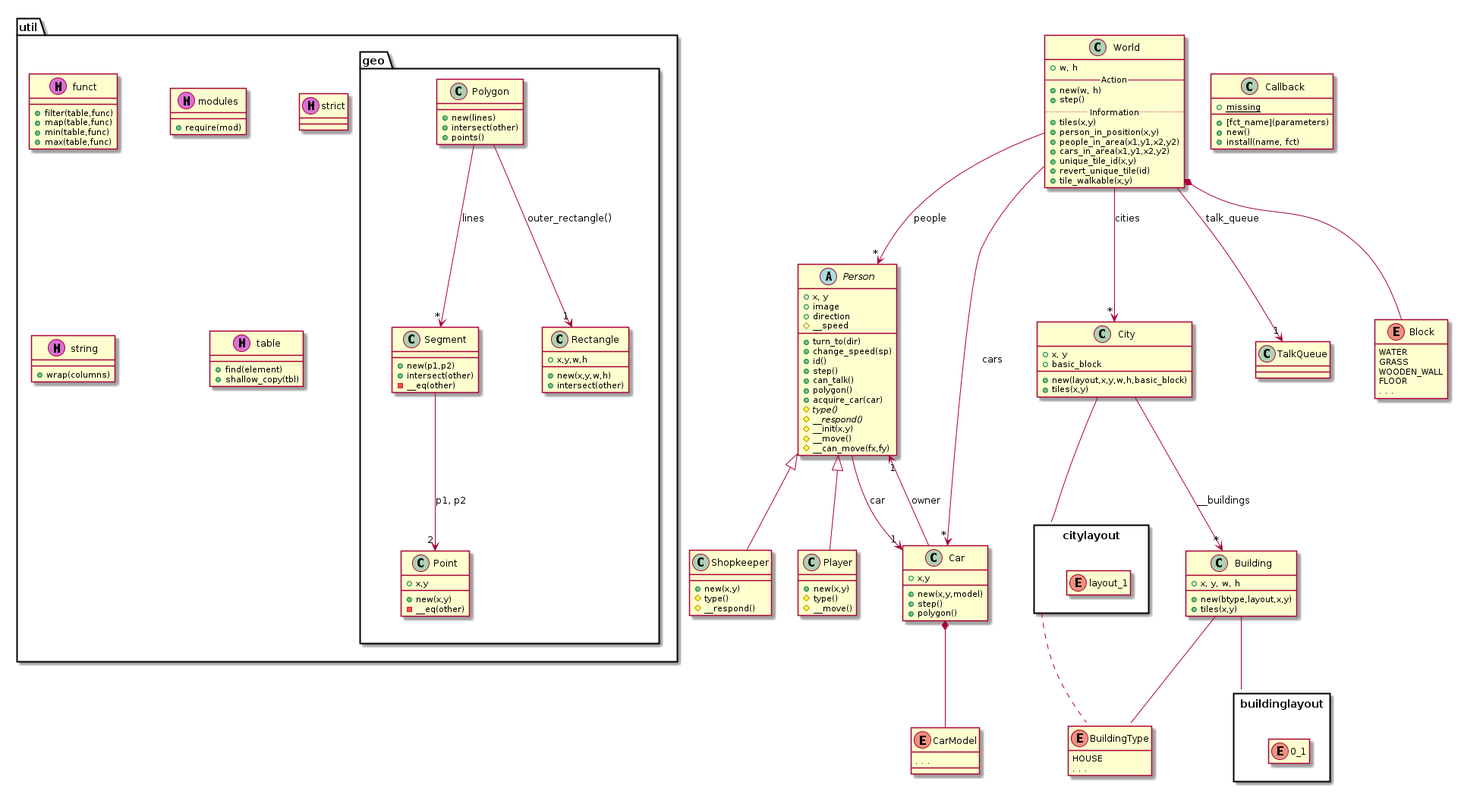
This is doc/engine.png from andrenho/newhope, a PlantUML export, as it was before one commit.
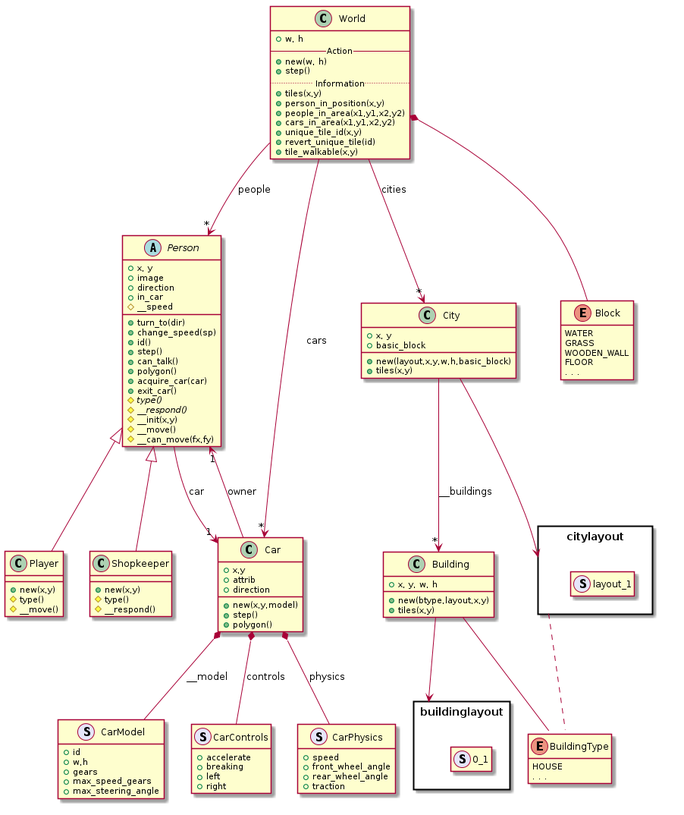
The same file after the commit.

What changed in the source:
```diff
@@ -3,7 +3,6 @@
 World  -->  "*" Person : people
 World  -->  "*" City : cities
 World  -->  "*" Car : cars
-World  -->  "1" TalkQueue: talk_queue
 City   -->  "*" Building : __buildings
 Building -- enum BuildingType
 Person <|-- Player
@@ -13,36 +12,21 @@
 Car --> "1" Person : owner
 
 package buildinglayout <<Rect>> {
-  enum 0_1
+  class 0_1 << (S,lavender) >>
 }
-Building -- buildinglayout
+Building --> buildinglayout
 
 package citylayout <<Rect>> {
-  enum layout_1
+  class layout_1 << (S,lavender) >>
 }
-City -- citylayout
+City --> citylayout
 citylayout .. enum BuildingType
 
-Car *-- CarModel
+Car *-- CarModel : __model
+Car *-- CarControls : controls
+Car *-- CarPhysics : physics
 
 World *-- enum Block
-
-package util {
-  class funct << (M,orchid) >>
-  class modules << (M,orchid) >>
-  class strict << (M,orchid) >>
-  class string << (M,orchid) >>
-  class table << (M,orchid) >>
-  package geo {
-    class Point
-    class Segment
-    class Polygon
-    class Rectangle
-    Segment --> "2" Point: p1, p2
-    Polygon --> "*" Segment: lines
-    Polygon --> "1" Rectangle: outer_rectangle()
-  }
-}
 
 class World {
   +w, h
@@ -63,6 +47,7 @@
   +x, y
   +image
   +direction
+  +in_car
   #__speed
   +turn_to(dir)
   +change_speed(sp)
@@ -71,6 +56,7 @@
   +can_talk()
   +polygon()
   +acquire_car(car)
+  +exit_car()
   #{abstract} type()
   #{abstract} __respond()
   #__init(x,y)
@@ -92,14 +78,37 @@
 
 class Car {
   +x,y
+  +attrib
+  +direction
   +new(x,y,model)
   +step()
   +polygon()
 }
 
-enum CarModel {
-  . . .
+class CarControls << (S,lavender) >> {
+  +accelerate
+  +breaking
+  +left
+  +right
 }
+hide CarControls methods
+
+class CarPhysics << (S,lavender) >> {
+  +speed
+  +front_wheel_angle
+  +rear_wheel_angle
+  +traction
+}
+hide CarPhysics methods
+
+class CarModel << (S,lavender) >> {
+  +id
+  +w,h
+  +gears
+  +max_speed_gears
+  +max_steering_angle
+}
+hide CarModel methods
 
 class City {
   +x, y
@@ -134,55 +143,4 @@
 hide enum 0_1 members
 hide enum 0_1 methods
 
-class Callback {
-  +[fct_name](parameters)
-  +new()
-  +install(name, fct)
-  +{static} missing
-}
-
-class funct {
-  +filter(table,func)
-  +map(table,func)
-  +min(table,func)
-  +max(table,func)
-}
-
-class modules {
-  +require(mod)
-}
-
-class string {
-  +wrap(columns)
-}
-
-class table {
-  +find(element)
-  +shallow_copy(tbl)
-}
-
-class Point {
-  +x,y
-  +new(x,y)
-  -__eq(other)
-}
-
-class Segment {
-  +new(p1,p2)
-  +intersect(other)
-  -__eq(other)
-}
-
-class Polygon {
-  +new(lines)
-  +intersect(other)
-  +points()
-}
-
-class Rectangle {
-  +x,y,w,h
-  +new(x,y,w,h)
-  +intersect(other)
-}
-
 @enduml
```
